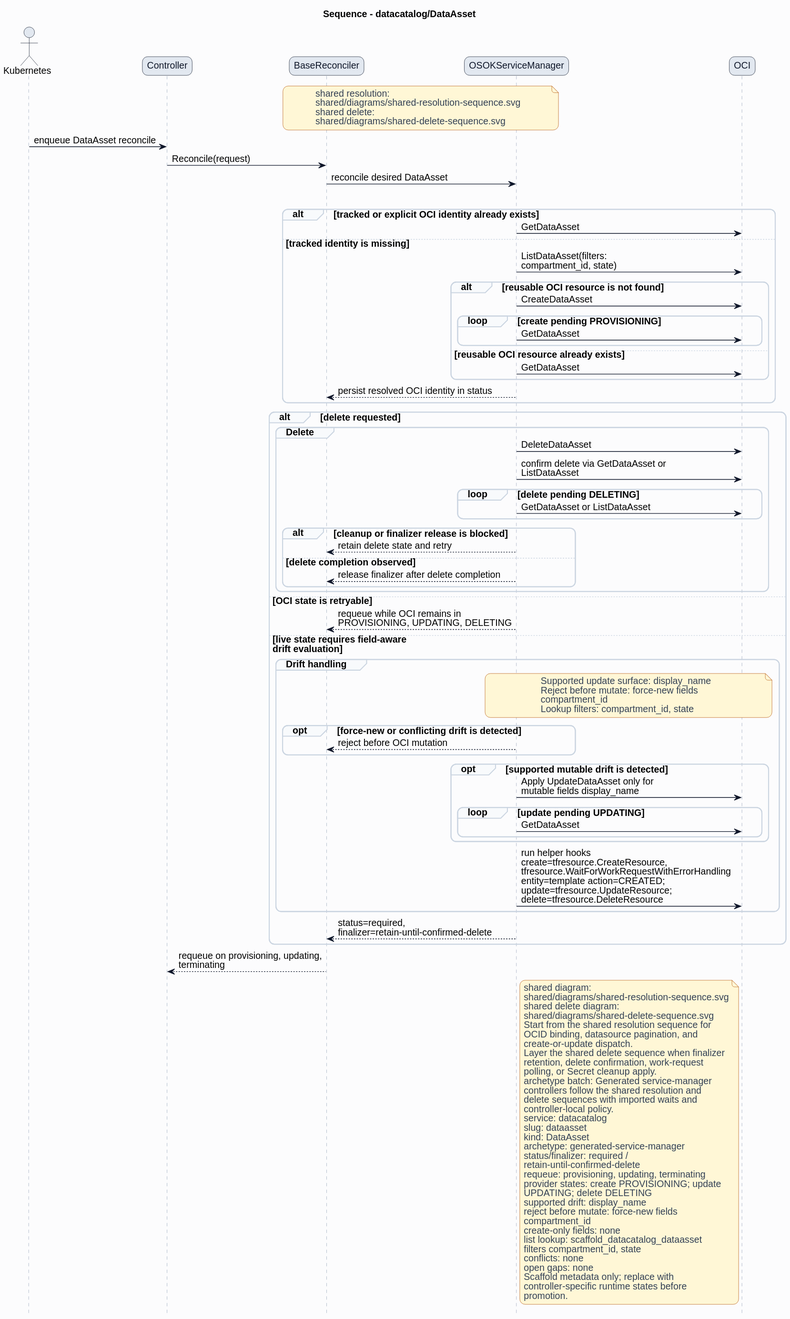
This is formal/controllers/datacatalog/dataasset/diagrams/sequence.svg from HaoyL666/oci-service-operator, a PlantUML export, as it was before one commit.
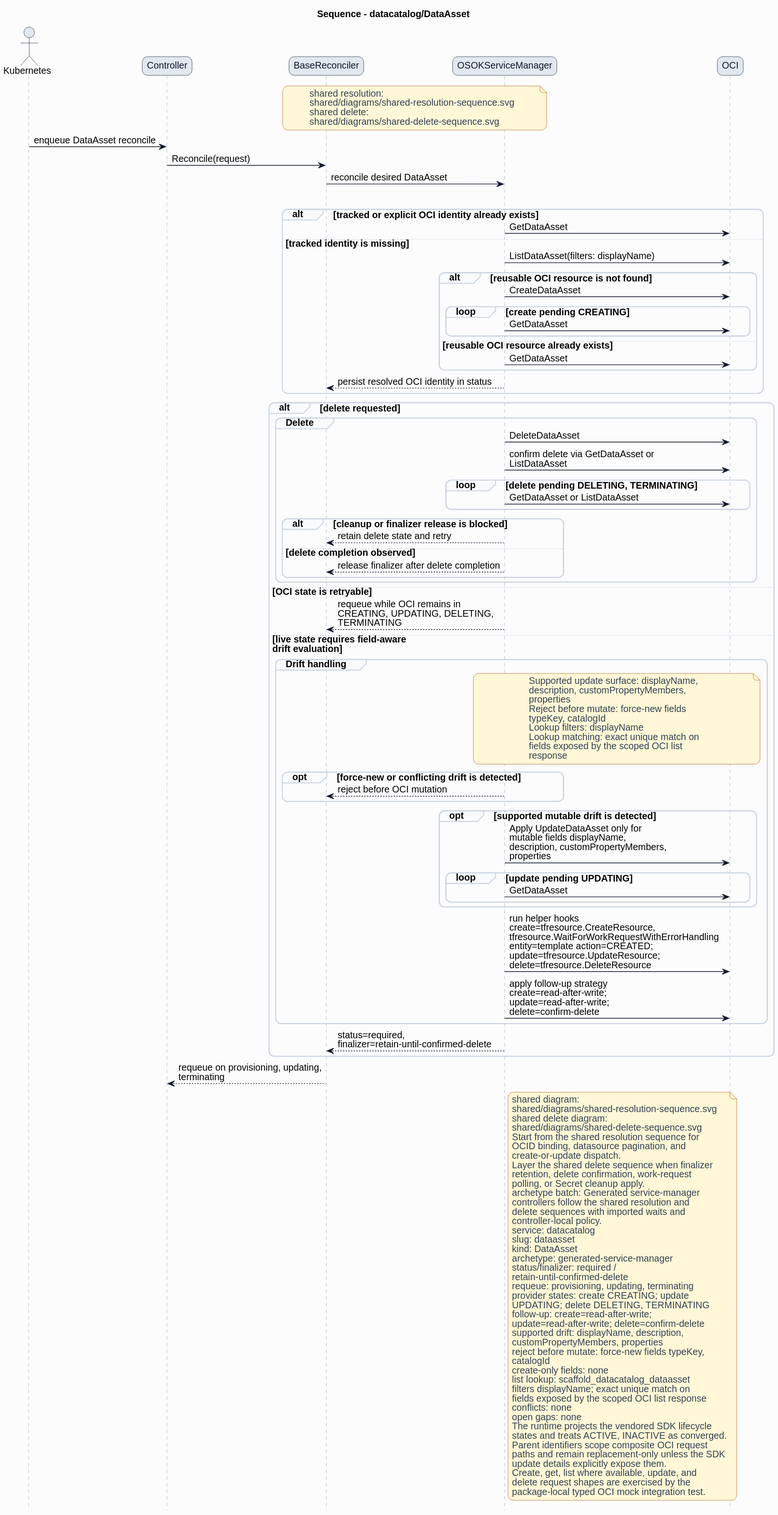
Above is the later version.

The edit, as a diff of the source:
```diff
@@ -38,10 +38,10 @@
 alt tracked or explicit OCI identity already exists
 ServiceManager -> OCI: GetDataAsset
 else tracked identity is missing
-ServiceManager -> OCI: ListDataAsset(filters:\ncompartment_id, state)
+ServiceManager -> OCI: ListDataAsset(filters: displayName)
 alt reusable OCI resource is not found
 ServiceManager -> OCI: CreateDataAsset
-loop create pending PROVISIONING
+loop create pending CREATING
 ServiceManager -> OCI: GetDataAsset
 end
 else reusable OCI resource already exists
@@ -53,7 +53,7 @@
 group Delete
 ServiceManager -> OCI: DeleteDataAsset
 ServiceManager -> OCI: confirm delete via GetDataAsset or\nListDataAsset
-loop delete pending DELETING
+loop delete pending DELETING, TERMINATING
 ServiceManager -> OCI: GetDataAsset or ListDataAsset
 end
 alt cleanup or finalizer release is blocked
@@ -63,25 +63,31 @@
 end
 end
 else OCI state is retryable
-ServiceManager --> BaseReconciler: requeue while OCI remains in\nPROVISIONING, UPDATING, DELETING
+ServiceManager --> BaseReconciler: requeue while OCI remains in\nCREATING, UPDATING, DELETING,\nTERMINATING
 else live state requires field-aware\ndrift evaluation
 group Drift handling
 note over ServiceManager,OCI
-Supported update surface: display_name
+Supported update surface: displayName,
+description, customPropertyMembers,
+properties
 Reject before mutate: force-new fields
-compartment_id
-Lookup filters: compartment_id, state
+typeKey, catalogId
+Lookup filters: displayName
+Lookup matching: exact unique match on
+fields exposed by the scoped OCI list
+response
 end note
 opt force-new or conflicting drift is detected
 ServiceManager --> BaseReconciler: reject before OCI mutation
 end
 opt supported mutable drift is detected
-ServiceManager -> OCI: Apply UpdateDataAsset only for\nmutable fields display_name
+ServiceManager -> OCI: Apply UpdateDataAsset only for\nmutable fields displayName,\ndescription, customPropertyMembers,\nproperties
 loop update pending UPDATING
 ServiceManager -> OCI: GetDataAsset
 end
 end
 ServiceManager -> OCI: run helper hooks\ncreate=tfresource.CreateResource,\ntfresource.WaitForWorkRequestWithErrorHandling\nentity=template action=CREATED;\nupdate=tfresource.UpdateResource;\ndelete=tfresource.DeleteResource
+ServiceManager -> OCI: apply follow-up strategy\ncreate=read-after-write;\nupdate=read-after-write;\ndelete=confirm-delete
 end
 ServiceManager --> BaseReconciler: status=required,\nfinalizer=retain-until-confirmed-delete
 end
@@ -108,18 +114,27 @@
 status/finalizer: required /
 retain-until-confirmed-delete
 requeue: provisioning, updating, terminating
-provider states: create PROVISIONING; update
-UPDATING; delete DELETING
-supported drift: display_name
-reject before mutate: force-new fields
-compartment_id
+provider states: create CREATING; update
+UPDATING; delete DELETING, TERMINATING
+follow-up: create=read-after-write;
+update=read-after-write; delete=confirm-delete
+supported drift: displayName, description,
+customPropertyMembers, properties
+reject before mutate: force-new fields typeKey,
+catalogId
 create-only fields: none
 list lookup: scaffold_datacatalog_dataasset
-filters compartment_id, state
+filters displayName; exact unique match on
+fields exposed by the scoped OCI list response
 conflicts: none
 open gaps: none
-Scaffold metadata only; replace with
-controller-specific runtime states before
-promotion.
+The runtime projects the vendored SDK lifecycle
+states and treats ACTIVE, INACTIVE as converged.
+Parent identifiers scope composite OCI request
+paths and remain replacement-only unless the SDK
+update details explicitly expose them.
+Create, get, list where available, update, and
+delete request shapes are exercised by the
+package-local typed OCI mock integration test.
 end note
 @enduml
```
